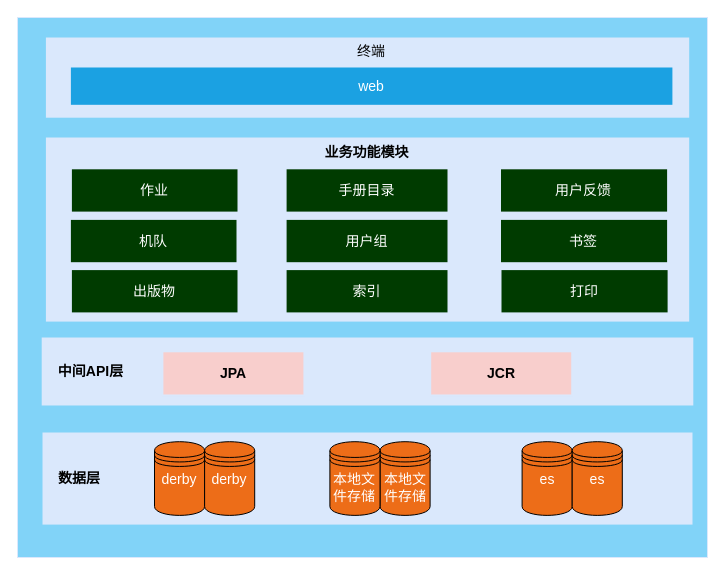
This is 设计相关/现有系统问题.drawio from DemonHan/KuickBuy, a draw.io file, before an edit. Source tidied: cells renumbered, new cells numbered last; positions are measured from the earlier drawing's top-left corner, leaving out a move shared by most shapes. Both pictures are drawn from the tidied source at 100%, with x=0, y=0 at pixel (17, 17).
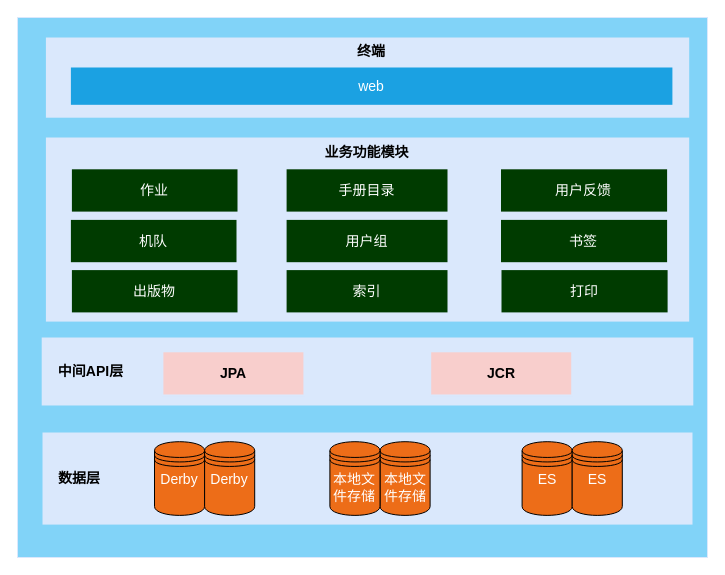
The same diagram, later.

Commit message (it also covers changes not shown here):
更新现有系统问题.drawio

The change refers to these unchanged cells:
```xml
<mxCell id="12" style="group;" parent="1" vertex="1">
  <mxGeometry x="137" y="424.2" width="100.3" height="73.7" as="geometry" />
</mxCell>
<mxCell id="17" style="group;" parent="1" vertex="1">
  <mxGeometry x="504.6" y="424.2" width="100.3" height="73.7" as="geometry" />
</mxCell>
```

What changed in the source:
```diff
@@
-    <mxCell id="13" value="derby" style="shape=datastore;whiteSpace=wrap;html=1;strokeWidth=1;fillColor=#ED6D18;fontSize=14;fontColor=#FFFFFF;verticalAlign=top;" parent="12" vertex="1">
+    <mxCell id="13" value="Derby" style="shape=datastore;whiteSpace=wrap;html=1;strokeWidth=1;fillColor=#ED6D18;fontSize=14;fontColor=#FFFFFF;verticalAlign=top;" parent="12" vertex="1">
       <mxGeometry width="50.1" height="73.7" as="geometry" />
     </mxCell>
-    <mxCell id="14" value="derby" style="shape=datastore;whiteSpace=wrap;html=1;strokeWidth=1;fillColor=#ED6D18;fontSize=14;fontColor=#FFFFFF;verticalAlign=top;" parent="12" vertex="1">
+    <mxCell id="14" value="Derby" style="shape=datastore;whiteSpace=wrap;html=1;strokeWidth=1;fillColor=#ED6D18;fontSize=14;fontColor=#FFFFFF;verticalAlign=top;" parent="12" vertex="1">
       <mxGeometry x="50.1" width="50.1" height="73.7" as="geometry" />
     </mxCell>
@@
-    <mxCell id="18" value="es" style="shape=datastore;whiteSpace=wrap;html=1;strokeWidth=1;fillColor=#ED6D18;fontSize=14;fontColor=#FFFFFF;verticalAlign=top;" parent="17" vertex="1">
+    <mxCell id="18" value="ES" style="shape=datastore;whiteSpace=wrap;html=1;strokeWidth=1;fillColor=#ED6D18;fontSize=14;fontColor=#FFFFFF;verticalAlign=top;" parent="17" vertex="1">
       <mxGeometry width="50.1" height="73.7" as="geometry" />
     </mxCell>
-    <mxCell id="19" value="es" style="shape=datastore;whiteSpace=wrap;html=1;strokeWidth=1;fillColor=#ED6D18;fontSize=14;fontColor=#FFFFFF;verticalAlign=top;" parent="17" vertex="1">
+    <mxCell id="19" value="ES" style="shape=datastore;whiteSpace=wrap;html=1;strokeWidth=1;fillColor=#ED6D18;fontSize=14;fontColor=#FFFFFF;verticalAlign=top;" parent="17" vertex="1">
       <mxGeometry x="50.1" width="50.1" height="73.7" as="geometry" />
     </mxCell>
-    <mxCell id="20" value="终端" style="text;html=1;strokeColor=none;fillColor=none;align=center;verticalAlign=middle;whiteSpace=wrap;rounded=0;fontSize=14;" parent="1" vertex="1">
+    <mxCell id="20" value="终端" style="text;html=1;strokeColor=none;fillColor=none;align=center;verticalAlign=middle;whiteSpace=wrap;rounded=0;fontSize=14;fontStyle=1;" parent="1" vertex="1">
       <mxGeometry x="329.1" y="20" width="50.1" height="27.6" as="geometry" />
     </mxCell>
```
